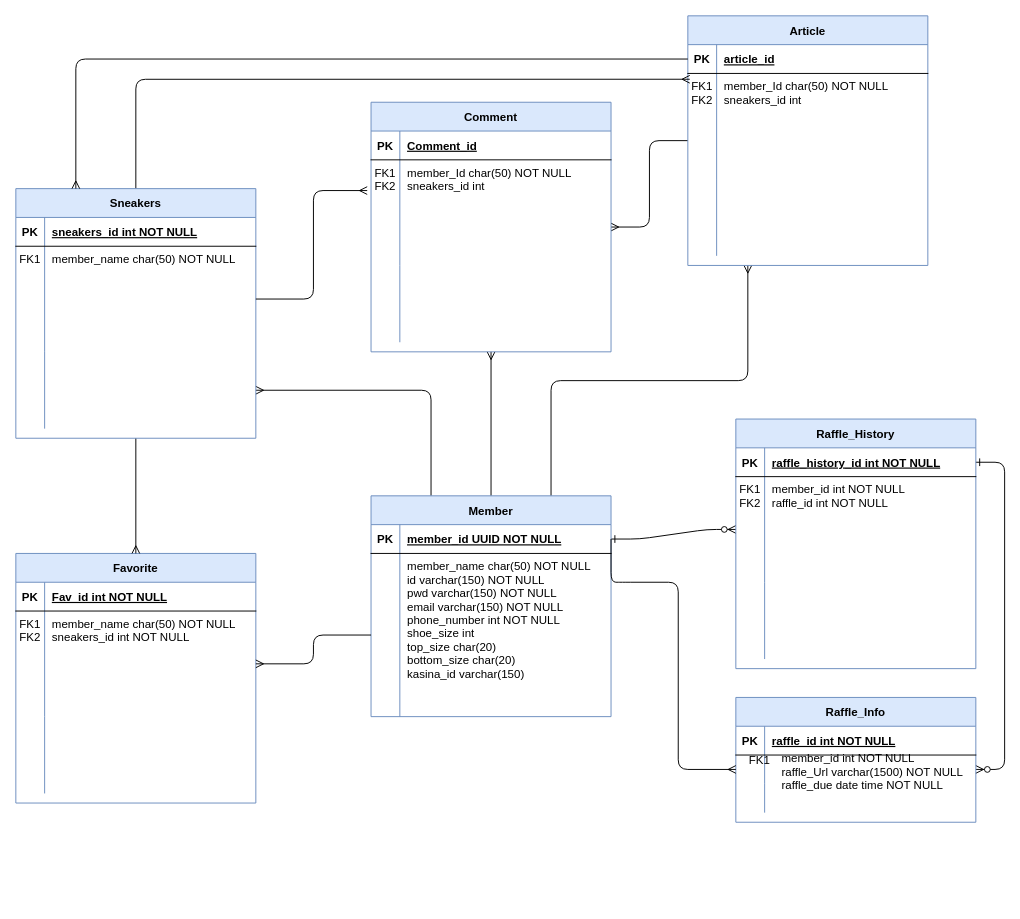
Earlier version of the draw.io diagram assets/CultureSupply_ERD-2.drawio (eclipse-addict/cultureSupply). Source tidied: cells renumbered, new cells numbered last; positions are measured from the earlier drawing's top-left corner, leaving out a move shared by most shapes. Both pictures are drawn from the tidied source at 96%, with x=0, y=0 at pixel (15, 15).
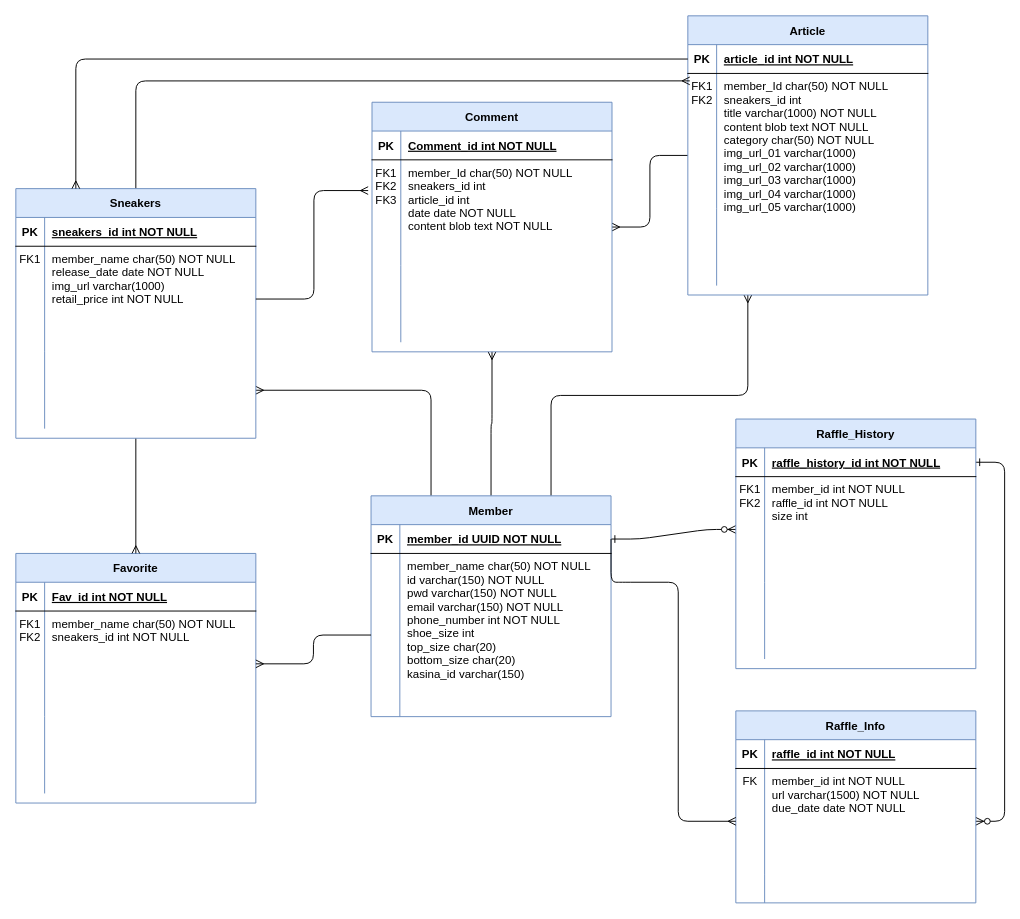
After the change.

The change refers to these unchanged cells:
```xml
<mxCell id="8" style="shape=partialRectangle;fillColor=none;points=[[0,0.5],[1,0.5]];portConstraint=eastwest;top=0;left=0;right=0;bottom=0;" parent="4" vertex="1">
  <mxGeometry y="60" width="250" height="110" as="geometry" />
</mxCell>
<mxCell id="39" style="shape=partialRectangle;fillColor=none;points=[[0,0.5],[1,0.5]];portConstraint=eastwest;top=0;left=0;right=0;bottom=1;" parent="38" vertex="1">
  <mxGeometry y="30" width="250" height="30" as="geometry" />
</mxCell>
<mxCell id="52" style="shape=partialRectangle;fillColor=none;points=[[0,0.5],[1,0.5]];portConstraint=eastwest;top=0;left=0;right=0;bottom=0;" parent="48" vertex="1">
  <mxGeometry y="60" width="250" height="110" as="geometry" />
</mxCell>
<mxCell id="64" style="shape=partialRectangle;fillColor=none;points=[[0,0.5],[1,0.5]];portConstraint=eastwest;top=0;left=0;right=0;bottom=0;" parent="60" vertex="1">
  <mxGeometry y="60" width="250" height="110" as="geometry" />
</mxCell>
<mxCell id="72" style="shape=partialRectangle;fillColor=none;top=0;left=0;right=0;bottom=1;" parent="71" vertex="1">
  <mxGeometry y="30" width="250" height="30" as="geometry" />
</mxCell>
<mxCell id="75" style="shape=partialRectangle;fillColor=none;points=[[0,0.5],[1,0.5]];portConstraint=eastwest;top=0;left=0;right=0;bottom=0;" parent="71" vertex="1">
  <mxGeometry y="60" width="250" height="110" as="geometry" />
</mxCell>
```

The edit, as a diff of the source:
```diff
@@
-    <mxCell id="10" value="member_id int NOT NULL&#10;raffle_id int NOT NULL" style="shape=partialRectangle;overflow=hidden;fillColor=none;top=0;left=0;bottom=0;right=0;align=left;spacingLeft=6;verticalAlign=top;" parent="8" vertex="1">
+    <mxCell id="10" value="member_id int NOT NULL&#10;raffle_id int NOT NULL&#10;size int " style="shape=partialRectangle;overflow=hidden;fillColor=none;top=0;left=0;bottom=0;right=0;align=left;spacingLeft=6;verticalAlign=top;" parent="8" vertex="1">
       <mxGeometry x="30" width="220" height="110" as="geometry" />
     </mxCell>
@@
     <mxCell id="14" value="Raffle_Info" style="shape=table;startSize=30;childLayout=tableLayout;rowLines=0;fontStyle=1;align=center;fillColor=#dae8fc;strokeColor=#6c8ebf;" parent="1" vertex="1">
-      <mxGeometry x="750" y="710" width="250" height="130" as="geometry" />
+      <mxGeometry x="750" y="724" width="250" height="200" as="geometry" />
     </mxCell>
@@
     <mxCell id="18" style="shape=partialRectangle;fillColor=none;points=[[0,0.5],[1,0.5]];portConstraint=eastwest;top=0;left=0;right=0;bottom=0;" parent="14" vertex="1">
-      <mxGeometry y="60" width="250" height="30" as="geometry" />
+      <mxGeometry y="60" width="250" height="110" as="geometry" />
     </mxCell>
-    <mxCell id="19" style="shape=partialRectangle;overflow=hidden;fillColor=none;top=0;left=0;bottom=0;right=0;" parent="18" vertex="1">
-      <mxGeometry width="30" height="30" as="geometry" />
+    <mxCell id="19" value="FK" style="shape=partialRectangle;overflow=hidden;fillColor=none;top=0;left=0;bottom=0;right=0;verticalAlign=top;" parent="18" vertex="1">
+      <mxGeometry width="30" height="110" as="geometry" />
     </mxCell>
-    <mxCell id="20" style="shape=partialRectangle;overflow=hidden;fillColor=none;top=0;left=0;bottom=0;right=0;align=left;spacingLeft=6;" parent="18" vertex="1">
-      <mxGeometry x="30" width="220" height="30" as="geometry" />
+    <mxCell id="20" value="member_id int NOT NULL&#10;url varchar(1500) NOT NULL&#10;due_date date NOT NULL" style="shape=partialRectangle;overflow=hidden;fillColor=none;top=0;left=0;bottom=0;right=0;align=left;spacingLeft=6;verticalAlign=top;" parent="18" vertex="1">
+      <mxGeometry x="30" width="220" height="110" as="geometry" />
     </mxCell>
     <mxCell id="21" style="shape=partialRectangle;fillColor=none;top=0;left=0;right=0;bottom=0;" parent="14" vertex="1">
-      <mxGeometry y="90" width="250" height="30" as="geometry" />
+      <mxGeometry y="170" width="250" height="30" as="geometry" />
     </mxCell>
@@
-    <mxCell id="35" value="FK1" style="shape=partialRectangle;overflow=hidden;fillColor=none;top=0;left=0;bottom=0;right=0;" parent="1" vertex="1">
-      <mxGeometry x="760" y="760" width="30" height="30" as="geometry" />
-    </mxCell>
-    <mxCell id="36" value="member_id int NOT NULL&#10;raffle_Url varchar(1500) NOT NULL&#10;raffle_due date time NOT NULL" style="shape=partialRectangle;overflow=hidden;fillColor=none;top=0;left=0;bottom=0;right=0;align=left;spacingLeft=6;verticalAlign=top;" parent="1" vertex="1">
-      <mxGeometry x="790" y="760" width="220" height="70" as="geometry" />
-    </mxCell>
@@
     <mxCell id="38" value="Article" style="shape=table;startSize=30;childLayout=tableLayout;rowLines=0;fontStyle=1;align=center;fillColor=#dae8fc;strokeColor=#6c8ebf;" parent="1" vertex="1">
-      <mxGeometry x="700" width="250" height="260" as="geometry" />
+      <mxGeometry x="700" width="250" height="290.8" as="geometry" />
     </mxCell>
@@
-    <mxCell id="41" value="article_id" style="shape=partialRectangle;overflow=hidden;fillColor=none;top=0;left=0;bottom=0;right=0;align=left;spacingLeft=6;fontStyle=5;" parent="39" vertex="1">
+    <mxCell id="41" value="article_id int NOT NULL" style="shape=partialRectangle;overflow=hidden;fillColor=none;top=0;left=0;bottom=0;right=0;align=left;spacingLeft=6;fontStyle=5;" parent="39" vertex="1">
       <mxGeometry x="30" width="220" height="30" as="geometry" />
     </mxCell>
     <mxCell id="42" style="shape=partialRectangle;fillColor=none;points=[[0,0.5],[1,0.5]];portConstraint=eastwest;top=0;left=0;right=0;bottom=0;" parent="38" vertex="1">
-      <mxGeometry y="60" width="250" height="110" as="geometry" />
+      <mxGeometry y="60" width="250" height="141" as="geometry" />
     </mxCell>
     <mxCell id="43" value="FK1&#10;FK2" style="shape=partialRectangle;overflow=hidden;fillColor=none;top=0;left=0;bottom=0;right=0;verticalAlign=top;" parent="42" vertex="1">
-      <mxGeometry width="30" height="110" as="geometry" />
+      <mxGeometry width="30" height="141" as="geometry" />
     </mxCell>
-    <mxCell id="44" value="member_Id char(50) NOT NULL&#10;sneakers_id int " style="shape=partialRectangle;overflow=hidden;fillColor=none;top=0;left=0;bottom=0;right=0;align=left;spacingLeft=6;verticalAlign=top;" parent="42" vertex="1">
-      <mxGeometry x="30" width="220" height="110" as="geometry" />
+    <mxCell id="44" value="member_Id char(50) NOT NULL&#10;sneakers_id int &#10;title varchar(1000) NOT NULL&#10;content blob text NOT NULL&#10;category char(50) NOT NULL&#10;img_url_01 varchar(1000) &#10;img_url_02 varchar(1000) &#10;img_url_03 varchar(1000) &#10;img_url_04 varchar(1000) &#10;img_url_05 varchar(1000) &#10;" style="shape=partialRectangle;overflow=hidden;fillColor=none;top=0;left=0;bottom=0;right=0;align=left;spacingLeft=6;verticalAlign=top;" parent="42" vertex="1">
+      <mxGeometry x="30" width="220" height="141" as="geometry" />
     </mxCell>
     <mxCell id="45" style="shape=partialRectangle;fillColor=none;top=0;left=0;right=0;bottom=0;" parent="38" vertex="1">
-      <mxGeometry y="170" width="250" height="80" as="geometry" />
+      <mxGeometry y="201" width="250" height="80" as="geometry" />
     </mxCell>
@@
-    <mxCell id="54" value="member_name char(50) NOT NULL&#10;sneakers_id int NOT NULL" style="shape=partialRectangle;overflow=hidden;fillColor=none;top=0;left=0;bottom=0;right=0;align=left;spacingLeft=6;verticalAlign=top;" parent="52" vertex="1">
+    <mxCell id="54" value="member_name char(50) NOT NULL&#10;sneakers_id int NOT NULL&#10;&#10;" style="shape=partialRectangle;overflow=hidden;fillColor=none;top=0;left=0;bottom=0;right=0;align=left;spacingLeft=6;verticalAlign=top;" parent="52" vertex="1">
       <mxGeometry x="30" width="220" height="110" as="geometry" />
     </mxCell>
@@
-    <mxCell id="66" value="member_name char(50) NOT NULL" style="shape=partialRectangle;overflow=hidden;fillColor=none;top=0;left=0;bottom=0;right=0;align=left;spacingLeft=6;verticalAlign=top;" parent="64" vertex="1">
+    <mxCell id="66" value="member_name char(50) NOT NULL&#10;release_date date NOT NULL&#10;img_url varchar(1000)&#10;retail_price int NOT NULL" style="shape=partialRectangle;overflow=hidden;fillColor=none;top=0;left=0;bottom=0;right=0;align=left;spacingLeft=6;verticalAlign=top;" parent="64" vertex="1">
       <mxGeometry x="30" width="220" height="110" as="geometry" />
     </mxCell>
@@
     <mxCell id="71" value="Comment" style="shape=table;startSize=30;childLayout=tableLayout;rowLines=0;fontStyle=1;align=center;fillColor=#dae8fc;strokeColor=#6c8ebf;" parent="1" vertex="1">
-      <mxGeometry x="370" y="90" width="250" height="260" as="geometry" />
+      <mxGeometry x="371" y="90" width="250" height="260" as="geometry" />
     </mxCell>
@@
-    <mxCell id="74" value="Comment_id" style="shape=partialRectangle;overflow=hidden;fillColor=none;top=0;left=0;bottom=0;right=0;align=left;spacingLeft=6;fontStyle=5;" parent="72" vertex="1">
+    <mxCell id="74" value="Comment_id int NOT NULL" style="shape=partialRectangle;overflow=hidden;fillColor=none;top=0;left=0;bottom=0;right=0;align=left;spacingLeft=6;fontStyle=5;" parent="72" vertex="1">
       <mxGeometry x="30" width="220" height="30" as="geometry" />
     </mxCell>
@@
-    <mxCell id="76" value="FK1&#10;FK2" style="shape=partialRectangle;overflow=hidden;fillColor=none;top=0;left=0;bottom=0;right=0;verticalAlign=top;" parent="75" vertex="1">
+    <mxCell id="76" value="FK1&#10;FK2&#10;FK3" style="shape=partialRectangle;overflow=hidden;fillColor=none;top=0;left=0;bottom=0;right=0;verticalAlign=top;" parent="75" vertex="1">
       <mxGeometry width="30" height="110" as="geometry" />
     </mxCell>
-    <mxCell id="77" value="member_Id char(50) NOT NULL&#10;sneakers_id int " style="shape=partialRectangle;overflow=hidden;fillColor=none;top=0;left=0;bottom=0;right=0;align=left;spacingLeft=6;verticalAlign=top;" parent="75" vertex="1">
+    <mxCell id="77" value="member_Id char(50) NOT NULL&#10;sneakers_id int&#10;article_id int&#10;date date NOT NULL &#10;content blob text NOT NULL  " style="shape=partialRectangle;overflow=hidden;fillColor=none;top=0;left=0;bottom=0;right=0;align=left;spacingLeft=6;verticalAlign=top;" parent="75" vertex="1">
       <mxGeometry x="30" width="220" height="110" as="geometry" />
     </mxCell>
```
